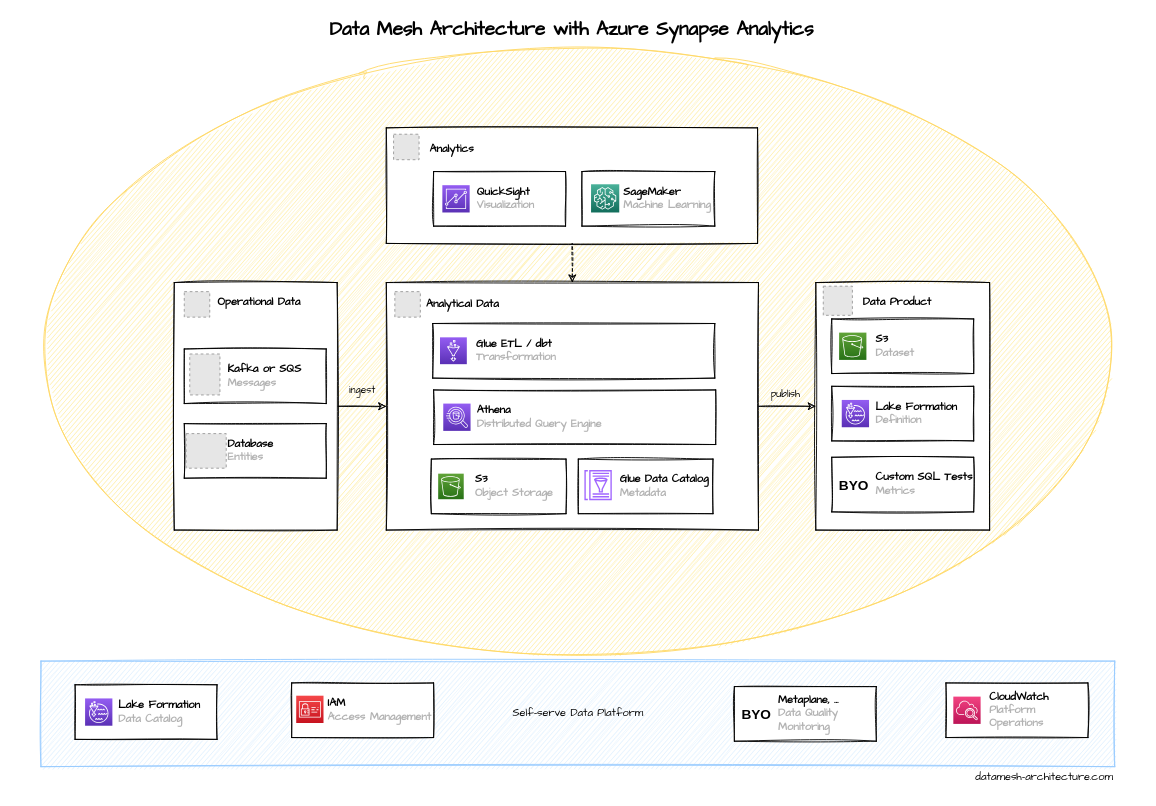
Above: diagrams/azure-synapse-analytics.drawio in datamesh-architecture/datamesh-architecture.com (draw.io), before the change. Source tidied: cells renumbered, new cells numbered last; positions are measured from the earlier drawing's top-left corner, leaving out a move shared by most shapes. Both pictures are drawn from the tidied source at 91%, with x=0, y=0 at pixel (15, 15). Pictures stored in the file or linked from it are replaced by grey dashed boxes.
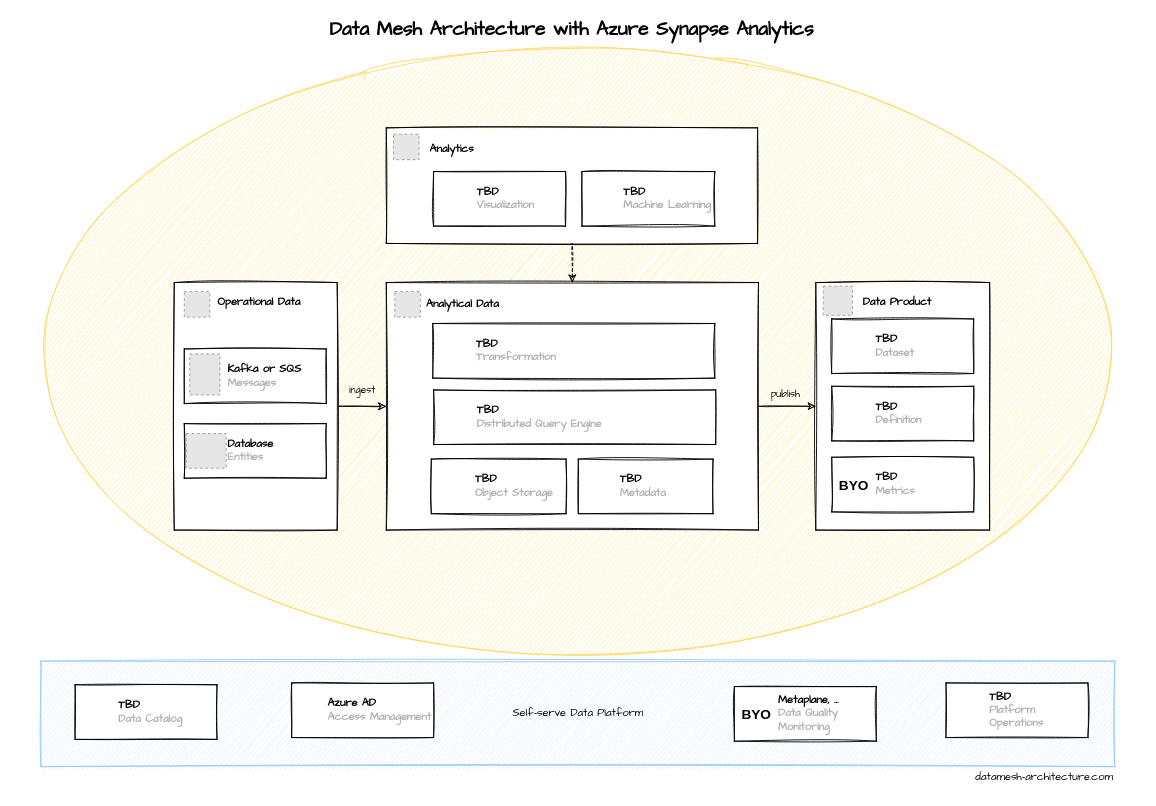
The same diagram, later.

Diff of the diagram source:
```diff
@@
-    <mxCell id="15" value="S3&lt;br&gt;&lt;font style=&quot;font-size: 12px&quot; color=&quot;#b3b3b3&quot;&gt;Dataset&lt;/font&gt;" style="rounded=0;whiteSpace=wrap;html=1;fontStyle=1;sketch=1;fontFamily=Architects Daughter;align=left;spacingLeft=46;" parent="1" vertex="1">
+    <mxCell id="15" value="TBD&lt;br&gt;&lt;font style=&quot;font-size: 12px&quot; color=&quot;#b3b3b3&quot;&gt;Dataset&lt;/font&gt;" style="rounded=0;whiteSpace=wrap;html=1;fontStyle=1;sketch=1;fontFamily=Architects Daughter;align=left;spacingLeft=46;" parent="1" vertex="1">
       <mxGeometry x="896.5" y="333" width="156" height="60" as="geometry" />
     </mxCell>
-    <mxCell id="16" value="&lt;font style=&quot;font-size: 12px&quot;&gt;Lake Formation&lt;br&gt;&lt;/font&gt;&lt;font style=&quot;font-size: 12px&quot; color=&quot;#b3b3b3&quot;&gt;Definition&lt;/font&gt;" style="rounded=0;whiteSpace=wrap;html=1;fontStyle=1;sketch=1;fontFamily=Architects Daughter;align=left;spacingLeft=46;" parent="1" vertex="1">
+    <mxCell id="16" value="&lt;font style=&quot;font-size: 12px&quot;&gt;TBD&lt;br&gt;&lt;/font&gt;&lt;font style=&quot;font-size: 12px&quot; color=&quot;#b3b3b3&quot;&gt;Definition&lt;/font&gt;" style="rounded=0;whiteSpace=wrap;html=1;fontStyle=1;sketch=1;fontFamily=Architects Daughter;align=left;spacingLeft=46;" parent="1" vertex="1">
       <mxGeometry x="896.5" y="407" width="156" height="60" as="geometry" />
     </mxCell>
-    <mxCell id="17" value="&lt;font style=&quot;font-size: 12px&quot;&gt;CloudWatch&lt;br&gt;&lt;/font&gt;&lt;font style=&quot;font-size: 12px&quot; color=&quot;#b3b3b3&quot;&gt;Platform Operations&lt;/font&gt;" style="rounded=0;whiteSpace=wrap;html=1;fontStyle=1;sketch=1;fontFamily=Architects Daughter;align=left;spacingLeft=46;" parent="1" vertex="1">
+    <mxCell id="17" value="&lt;font style=&quot;font-size: 12px&quot;&gt;TBD&lt;br&gt;&lt;/font&gt;&lt;font style=&quot;font-size: 12px&quot; color=&quot;#b3b3b3&quot;&gt;Platform Operations&lt;/font&gt;" style="rounded=0;whiteSpace=wrap;html=1;fontStyle=1;sketch=1;fontFamily=Architects Daughter;align=left;spacingLeft=46;" parent="1" vertex="1">
       <mxGeometry x="1022" y="733" width="156" height="60" as="geometry" />
     </mxCell>
@@
-    <mxCell id="27" value="QuickSight&lt;br&gt;&lt;font style=&quot;font-size: 12px&quot; color=&quot;#b3b3b3&quot;&gt;Visualization&lt;/font&gt;" style="rounded=0;whiteSpace=wrap;html=1;fontStyle=1;sketch=1;fontFamily=Architects Daughter;align=left;spacingLeft=46;" parent="1" vertex="1">
+    <mxCell id="27" value="&lt;font style=&quot;font-size: 12px&quot;&gt;TBD&lt;br&gt;&lt;/font&gt;&lt;font style=&quot;font-size: 12px&quot; color=&quot;#b3b3b3&quot;&gt;Visualization&lt;/font&gt;" style="rounded=0;whiteSpace=wrap;html=1;fontStyle=1;sketch=1;fontFamily=Architects Daughter;align=left;spacingLeft=46;" parent="1" vertex="1">
       <mxGeometry x="459" y="171" width="145" height="60" as="geometry" />
     </mxCell>
-    <mxCell id="28" value="IAM&lt;br&gt;&lt;font style=&quot;font-size: 12px&quot; color=&quot;#b3b3b3&quot;&gt;Access Management&lt;/font&gt;" style="rounded=0;whiteSpace=wrap;html=1;fontStyle=1;sketch=1;fontFamily=Architects Daughter;align=left;spacingLeft=40;spacing=0;" parent="1" vertex="1">
+    <mxCell id="28" value="Azure AD&lt;br&gt;&lt;font style=&quot;font-size: 12px&quot; color=&quot;#b3b3b3&quot;&gt;Access Management&lt;/font&gt;" style="rounded=0;whiteSpace=wrap;html=1;fontStyle=1;sketch=1;fontFamily=Architects Daughter;align=left;spacingLeft=40;spacing=0;" parent="1" vertex="1">
       <mxGeometry x="303" y="733" width="156" height="60" as="geometry" />
     </mxCell>
-    <mxCell id="29" style="sketch=0;fontColor=#232F3E;gradientColor=#60A337;gradientDirection=north;fillColor=#277116;strokeColor=#ffffff;dashed=0;verticalLabelPosition=bottom;verticalAlign=top;align=center;html=1;fontSize=12;fontStyle=0;shape=mxgraph.aws4.resourceIcon;resIcon=mxgraph.aws4.s3;" parent="1" vertex="1">
-      <mxGeometry x="904.6" y="348" width="30" height="30" as="geometry" />
-    </mxCell>
-    <mxCell id="30" style="sketch=0;fontColor=#232F3E;gradientColor=#945DF2;gradientDirection=north;fillColor=#5A30B5;strokeColor=#ffffff;dashed=0;verticalLabelPosition=bottom;verticalAlign=top;align=center;html=1;fontSize=12;fontStyle=0;shape=mxgraph.aws4.resourceIcon;resIcon=mxgraph.aws4.lake_formation;" parent="1" vertex="1">
-      <mxGeometry x="907.5" y="422" width="30" height="30" as="geometry" />
-    </mxCell>
-    <mxCell id="31" style="sketch=0;fontColor=#232F3E;gradientColor=#945DF2;gradientDirection=north;fillColor=#5A30B5;strokeColor=#ffffff;dashed=0;verticalLabelPosition=bottom;verticalAlign=top;align=center;html=1;fontSize=12;fontStyle=0;shape=mxgraph.aws4.resourceIcon;resIcon=mxgraph.aws4.quicksight;" parent="1" vertex="1">
-      <mxGeometry x="468.6" y="186" width="30" height="30" as="geometry" />
-    </mxCell>
-    <mxCell id="32" style="sketch=0;fontColor=#232F3E;gradientColor=#F34482;gradientDirection=north;fillColor=#BC1356;strokeColor=#ffffff;dashed=0;verticalLabelPosition=bottom;verticalAlign=top;align=center;html=1;fontSize=12;fontStyle=0;shape=mxgraph.aws4.resourceIcon;resIcon=mxgraph.aws4.cloudwatch_2;" parent="1" vertex="1">
-      <mxGeometry x="1030.1" y="748" width="30" height="30" as="geometry" />
-    </mxCell>
-    <mxCell id="33" style="sketch=0;fontColor=#232F3E;gradientColor=#F54749;gradientDirection=north;fillColor=#C7131F;strokeColor=#ffffff;dashed=0;verticalLabelPosition=bottom;verticalAlign=top;align=center;html=1;fontSize=12;fontStyle=0;shape=mxgraph.aws4.resourceIcon;resIcon=mxgraph.aws4.identity_and_access_management;" parent="1" vertex="1">
-      <mxGeometry x="308" y="747" width="30" height="30" as="geometry" />
-    </mxCell>
-    <mxCell id="34" value="Glue Data Catalog&lt;br&gt;&lt;font style=&quot;font-size: 12px&quot; color=&quot;#b3b3b3&quot;&gt;Metadata&lt;/font&gt;" style="rounded=0;whiteSpace=wrap;html=1;fontStyle=1;sketch=1;fontFamily=Architects Daughter;align=left;spacingLeft=44;" parent="1" vertex="1">
+    <mxCell id="34" value="&lt;font style=&quot;font-size: 12px&quot;&gt;TBD&lt;br&gt;&lt;/font&gt;&lt;font style=&quot;font-size: 12px&quot; color=&quot;#b3b3b3&quot;&gt;Metadata&lt;/font&gt;" style="rounded=0;whiteSpace=wrap;html=1;fontStyle=1;sketch=1;fontFamily=Architects Daughter;align=left;spacingLeft=44;" parent="1" vertex="1">
       <mxGeometry x="618" y="487" width="148" height="60" as="geometry" />
     </mxCell>
-    <mxCell id="35" value="&lt;font style=&quot;font-size: 12px&quot;&gt;Lake Formation&lt;br&gt;&lt;/font&gt;&lt;font style=&quot;font-size: 12px&quot; color=&quot;#b3b3b3&quot;&gt;Data Catalog&lt;/font&gt;" style="rounded=0;whiteSpace=wrap;html=1;fontStyle=1;sketch=1;fontFamily=Architects Daughter;align=left;spacingLeft=46;" parent="1" vertex="1">
+    <mxCell id="35" value="&lt;font style=&quot;font-size: 12px&quot;&gt;TBD&lt;br&gt;&lt;/font&gt;&lt;font style=&quot;font-size: 12px&quot; color=&quot;#b3b3b3&quot;&gt;Data Catalog&lt;/font&gt;" style="rounded=0;whiteSpace=wrap;html=1;fontStyle=1;sketch=1;fontFamily=Architects Daughter;align=left;spacingLeft=46;" parent="1" vertex="1">
       <mxGeometry x="65" y="735" width="156" height="60" as="geometry" />
     </mxCell>
-    <mxCell id="36" style="sketch=0;fontColor=#232F3E;gradientColor=#945DF2;gradientDirection=north;fillColor=#5A30B5;strokeColor=#ffffff;dashed=0;verticalLabelPosition=bottom;verticalAlign=top;align=center;html=1;fontSize=12;fontStyle=0;shape=mxgraph.aws4.resourceIcon;resIcon=mxgraph.aws4.lake_formation;" parent="1" vertex="1">
-      <mxGeometry x="76" y="750" width="30" height="30" as="geometry" />
-    </mxCell>
@@
-    <mxCell id="39" value="&lt;font style=&quot;font-size: 12px&quot;&gt;Custom SQL Tests&lt;br&gt;&lt;/font&gt;&lt;font style=&quot;font-size: 12px&quot; color=&quot;#b3b3b3&quot;&gt;Metrics&lt;/font&gt;" style="rounded=0;whiteSpace=wrap;html=1;fontStyle=1;sketch=1;fontFamily=Architects Daughter;align=left;spacingLeft=46;" parent="1" vertex="1">
+    <mxCell id="39" value="&lt;font style=&quot;font-size: 12px&quot;&gt;TBD&lt;br&gt;&lt;/font&gt;&lt;font style=&quot;font-size: 12px&quot; color=&quot;#b3b3b3&quot;&gt;Metrics&lt;/font&gt;" style="rounded=0;whiteSpace=wrap;html=1;fontStyle=1;sketch=1;fontFamily=Architects Daughter;align=left;spacingLeft=46;" parent="1" vertex="1">
       <mxGeometry x="896.5" y="485" width="156" height="60" as="geometry" />
     </mxCell>
@@
-    <mxCell id="41" style="sketch=0;fontColor=#232F3E;gradientColor=none;fillColor=#A166FF;strokeColor=none;dashed=0;verticalLabelPosition=bottom;verticalAlign=top;align=center;html=1;fontSize=12;fontStyle=0;shape=mxgraph.aws4.glue_data_catalog;" parent="1" vertex="1">
-      <mxGeometry x="624.5" y="499" width="30.5" height="33.1" as="geometry" />
-    </mxCell>
-    <mxCell id="42" value="&lt;font style=&quot;font-size: 12px&quot;&gt;Athena&lt;br&gt;&lt;/font&gt;&lt;font style=&quot;font-size: 12px&quot; color=&quot;#b3b3b3&quot;&gt;Distributed Query Engine&lt;/font&gt;" style="rounded=0;whiteSpace=wrap;html=1;fontStyle=1;sketch=1;fontFamily=Architects Daughter;align=left;spacingLeft=46;" parent="1" vertex="1">
+    <mxCell id="42" value="&lt;font style=&quot;font-size: 12px&quot;&gt;TBD&lt;br&gt;&lt;/font&gt;&lt;font style=&quot;font-size: 12px&quot; color=&quot;#b3b3b3&quot;&gt;Distributed Query Engine&lt;/font&gt;" style="rounded=0;whiteSpace=wrap;html=1;fontStyle=1;sketch=1;fontFamily=Architects Daughter;align=left;spacingLeft=46;" parent="1" vertex="1">
       <mxGeometry x="459" y="411" width="310" height="60" as="geometry" />
     </mxCell>
-    <mxCell id="43" style="sketch=0;fontColor=#232F3E;gradientColor=#945DF2;gradientDirection=north;fillColor=#5A30B5;strokeColor=#ffffff;dashed=0;verticalLabelPosition=bottom;verticalAlign=top;align=center;html=1;fontSize=12;fontStyle=0;shape=mxgraph.aws4.resourceIcon;resIcon=mxgraph.aws4.athena;" parent="1" vertex="1">
-      <mxGeometry x="469.6" y="426" width="30" height="30" as="geometry" />
-    </mxCell>
-    <mxCell id="44" value="S3&lt;br&gt;&lt;font style=&quot;font-size: 12px&quot; color=&quot;#b3b3b3&quot;&gt;Object Storage&lt;/font&gt;" style="rounded=0;whiteSpace=wrap;html=1;fontStyle=1;sketch=1;fontFamily=Architects Daughter;align=left;spacingLeft=46;" parent="1" vertex="1">
+    <mxCell id="44" value="&lt;font style=&quot;font-size: 12px&quot;&gt;TBD&lt;br&gt;&lt;/font&gt;&lt;font style=&quot;font-size: 12px&quot; color=&quot;#b3b3b3&quot;&gt;Object Storage&lt;/font&gt;" style="rounded=0;whiteSpace=wrap;html=1;fontStyle=1;sketch=1;fontFamily=Architects Daughter;align=left;spacingLeft=46;" parent="1" vertex="1">
       <mxGeometry x="456.5" y="487" width="148" height="60" as="geometry" />
     </mxCell>
-    <mxCell id="45" style="sketch=0;fontColor=#232F3E;gradientColor=#60A337;gradientDirection=north;fillColor=#277116;strokeColor=#ffffff;dashed=0;verticalLabelPosition=bottom;verticalAlign=top;align=center;html=1;fontSize=12;fontStyle=0;shape=mxgraph.aws4.resourceIcon;resIcon=mxgraph.aws4.s3;" parent="1" vertex="1">
-      <mxGeometry x="464" y="503" width="28.1" height="28.1" as="geometry" />
-    </mxCell>
-    <mxCell id="46" value="Glue ETL / dbt&lt;br&gt;&lt;font style=&quot;font-size: 12px&quot; color=&quot;#b3b3b3&quot;&gt;Transformation&lt;/font&gt;" style="rounded=0;whiteSpace=wrap;html=1;fontStyle=1;sketch=1;fontFamily=Architects Daughter;align=left;spacingLeft=46;" parent="1" vertex="1">
+    <mxCell id="46" value="&lt;font style=&quot;font-size: 12px&quot;&gt;TBD&lt;br&gt;&lt;/font&gt;&lt;font style=&quot;font-size: 12px&quot; color=&quot;#b3b3b3&quot;&gt;Transformation&lt;/font&gt;" style="rounded=0;whiteSpace=wrap;html=1;fontStyle=1;sketch=1;fontFamily=Architects Daughter;align=left;spacingLeft=46;" parent="1" vertex="1">
       <mxGeometry x="458" y="338" width="310" height="60" as="geometry" />
     </mxCell>
-    <mxCell id="47" style="sketch=0;fontColor=#232F3E;gradientColor=#945DF2;gradientDirection=north;fillColor=#5A30B5;strokeColor=#ffffff;dashed=0;verticalLabelPosition=bottom;verticalAlign=top;align=center;html=1;fontSize=12;fontStyle=0;shape=mxgraph.aws4.resourceIcon;resIcon=mxgraph.aws4.glue;" parent="1" vertex="1">
-      <mxGeometry x="466" y="353.2" width="29.5" height="29.5" as="geometry" />
-    </mxCell>
-    <mxCell id="48" value="SageMaker&lt;br&gt;&lt;font style=&quot;font-size: 12px&quot; color=&quot;#b3b3b3&quot;&gt;Machine Learning&lt;/font&gt;" style="rounded=0;whiteSpace=wrap;html=1;fontStyle=1;sketch=1;fontFamily=Architects Daughter;align=left;spacingLeft=46;spacing=0;" parent="1" vertex="1">
+    <mxCell id="48" value="TBD&lt;br&gt;&lt;font style=&quot;font-size: 12px&quot; color=&quot;#b3b3b3&quot;&gt;Machine Learning&lt;/font&gt;" style="rounded=0;whiteSpace=wrap;html=1;fontStyle=1;sketch=1;fontFamily=Architects Daughter;align=left;spacingLeft=46;spacing=0;" parent="1" vertex="1">
       <mxGeometry x="622" y="171" width="146" height="60" as="geometry" />
     </mxCell>
-    <mxCell id="49" style="sketch=0;fontColor=#232F3E;gradientColor=#4AB29A;gradientDirection=north;fillColor=#116D5B;strokeColor=#ffffff;dashed=0;verticalLabelPosition=bottom;verticalAlign=top;align=center;html=1;fontSize=12;fontStyle=0;shape=mxgraph.aws4.resourceIcon;resIcon=mxgraph.aws4.sagemaker;" parent="1" vertex="1">
-      <mxGeometry x="632" y="185" width="31" height="31" as="geometry" />
-    </mxCell>
```
